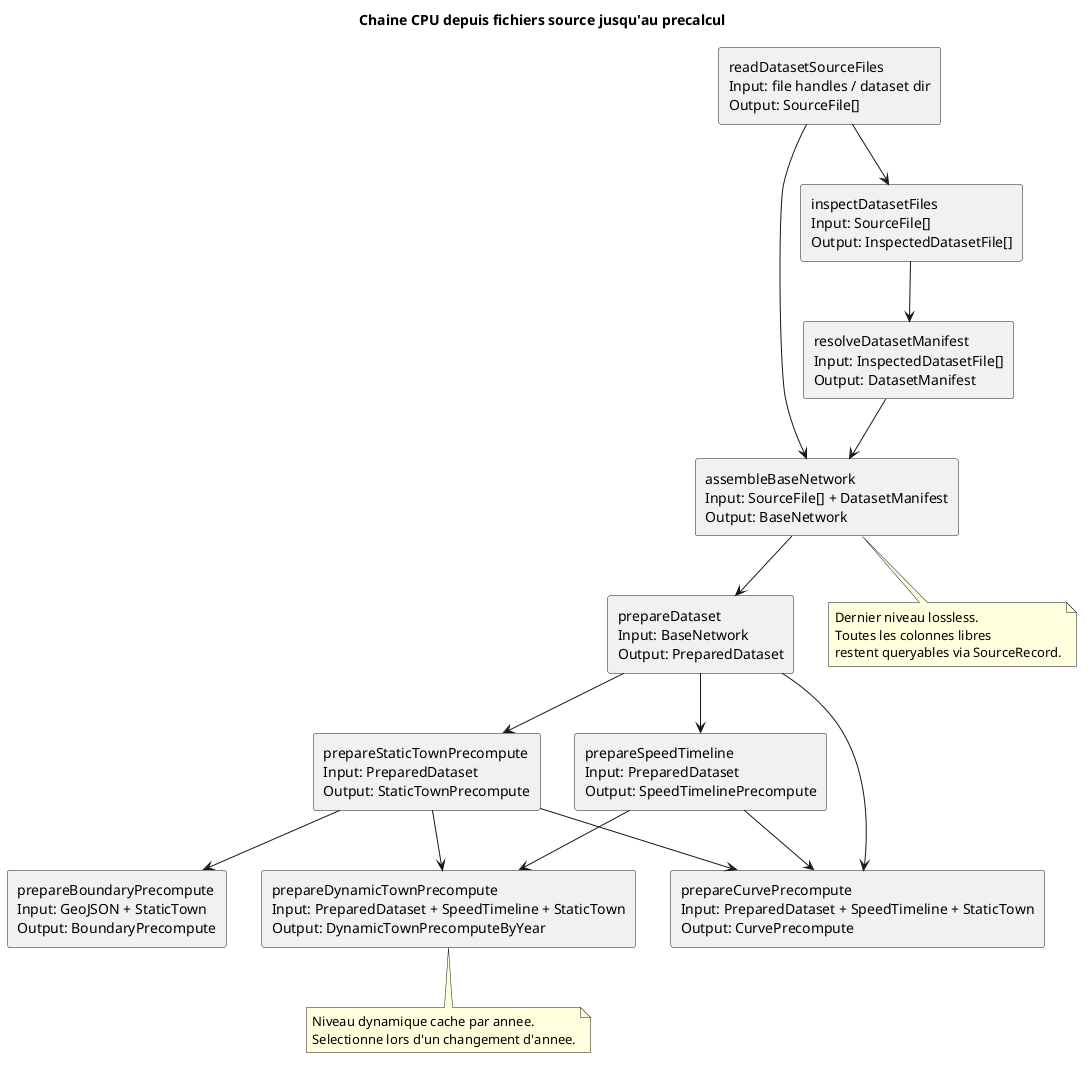
The PlantUML diagram docs/diagrams/precompute/02-cpu-function-chain.png in kaktus40/shriveling_world, before a commit.
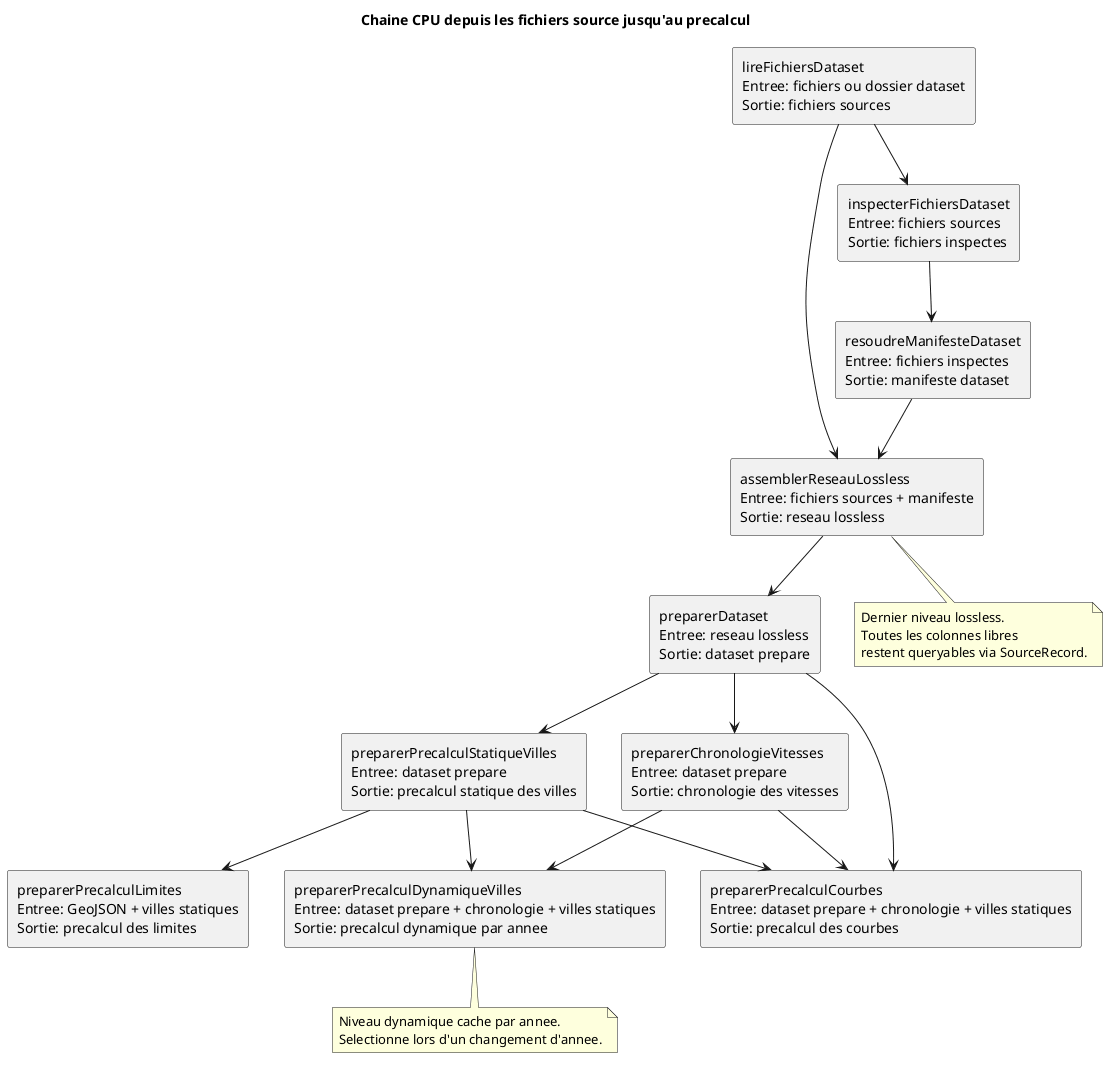
After the change.

Change to the diagram source:
```diff
@@ -1,18 +1,18 @@
 @startuml
-title Chaine CPU depuis fichiers source jusqu'au precalcul
+title Chaine CPU depuis les fichiers source jusqu'au precalcul
 
 skinparam componentStyle rectangle
 
-component "readDatasetSourceFiles\nInput: file handles / dataset dir\nOutput: SourceFile[]" as read
-component "inspectDatasetFiles\nInput: SourceFile[]\nOutput: InspectedDatasetFile[]" as inspect
-component "resolveDatasetManifest\nInput: InspectedDatasetFile[]\nOutput: DatasetManifest" as manifest
-component "assembleBaseNetwork\nInput: SourceFile[] + DatasetManifest\nOutput: BaseNetwork" as assemble
-component "prepareDataset\nInput: BaseNetwork\nOutput: PreparedDataset" as prepare
-component "prepareSpeedTimeline\nInput: PreparedDataset\nOutput: SpeedTimelinePrecompute" as speeds
-component "prepareStaticTownPrecompute\nInput: PreparedDataset\nOutput: StaticTownPrecompute" as statics
-component "prepareDynamicTownPrecompute\nInput: PreparedDataset + SpeedTimeline + StaticTown\nOutput: DynamicTownPrecomputeByYear" as dynamic
-component "prepareCurvePrecompute\nInput: PreparedDataset + SpeedTimeline + StaticTown\nOutput: CurvePrecompute" as curves
-component "prepareBoundaryPrecompute\nInput: GeoJSON + StaticTown\nOutput: BoundaryPrecompute" as boundaries
+component "lireFichiersDataset\nEntree: fichiers ou dossier dataset\nSortie: fichiers sources" as read
+component "inspecterFichiersDataset\nEntree: fichiers sources\nSortie: fichiers inspectes" as inspect
+component "resoudreManifesteDataset\nEntree: fichiers inspectes\nSortie: manifeste dataset" as manifest
+component "assemblerReseauLossless\nEntree: fichiers sources + manifeste\nSortie: reseau lossless" as assemble
+component "preparerDataset\nEntree: reseau lossless\nSortie: dataset prepare" as prepare
+component "preparerChronologieVitesses\nEntree: dataset prepare\nSortie: chronologie des vitesses" as speeds
+component "preparerPrecalculStatiqueVilles\nEntree: dataset prepare\nSortie: precalcul statique des villes" as statics
+component "preparerPrecalculDynamiqueVilles\nEntree: dataset prepare + chronologie + villes statiques\nSortie: precalcul dynamique par annee" as dynamic
+component "preparerPrecalculCourbes\nEntree: dataset prepare + chronologie + villes statiques\nSortie: precalcul des courbes" as curves
+component "preparerPrecalculLimites\nEntree: GeoJSON + villes statiques\nSortie: precalcul des limites" as boundaries
 
 read --> inspect
 inspect --> manifest
```
